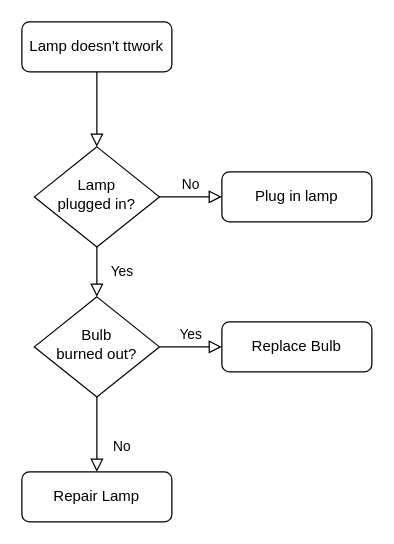
The draw.io diagram Untitled Diagram.drawio in mozhdeh-peykari/fly-today, before the edit. Source tidied: cells renumbered, new cells numbered last; positions are measured from the earlier drawing's top-left corner, leaving out a move shared by most shapes. Both pictures are drawn from the tidied source at 125%, with x=0, y=0 at pixel (21, 21).
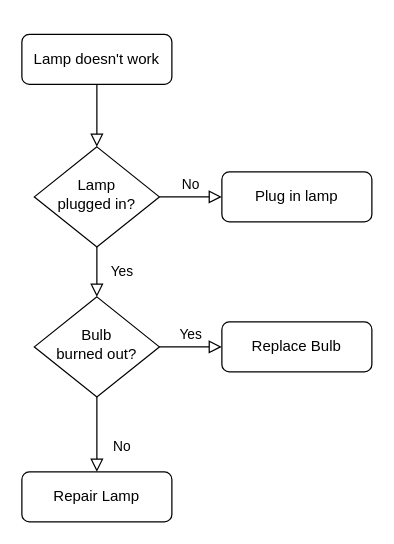
The same page after the edit.

Change to the diagram source:
```diff
@@
 <mxGraphModel>
   <root>
     <mxCell id="0" />
     <mxCell id="1" parent="0" />
     <mxCell id="2" style="rounded=0;html=1;jettySize=auto;fontSize=11;endArrow=block;endFill=0;endSize=8;strokeWidth=1;shadow=0;labelBackgroundColor=none;edgeStyle=orthogonalEdgeStyle;" parent="1" edge="1" source="3" target="6">
       <mxGeometry relative="1" as="geometry" />
     </mxCell>
-    <mxCell id="3" value="Lamp doesn't ttwork" style="rounded=1;whiteSpace=wrap;html=1;fontSize=12;glass=0;strokeWidth=1;shadow=0;" parent="1" vertex="1">
-      <mxGeometry width="120" height="40" as="geometry" />
+    <mxCell id="3" value="Lamp doesn't work" style="rounded=1;whiteSpace=wrap;html=1;fontSize=12;glass=0;strokeWidth=1;shadow=0;" parent="1" vertex="1">
+      <mxGeometry y="10" width="120" height="40" as="geometry" />
     </mxCell>
     <mxCell id="4" value="Yes" style="rounded=0;html=1;jettySize=auto;fontSize=11;endArrow=block;endFill=0;endSize=8;strokeWidth=1;shadow=0;labelBackgroundColor=none;edgeStyle=orthogonalEdgeStyle;" parent="1" edge="1" source="6" target="10">
       <mxGeometry y="20" relative="1" as="geometry" />
     </mxCell>
     <mxCell id="5" value="No" style="edgeStyle=orthogonalEdgeStyle;rounded=0;html=1;jettySize=auto;fontSize=11;endArrow=block;endFill=0;endSize=8;strokeWidth=1;shadow=0;labelBackgroundColor=none;" parent="1" edge="1" source="6" target="7">
       <mxGeometry y="10" relative="1" as="geometry" />
     </mxCell>
     <mxCell id="6" value="Lamp&lt;br&gt;plugged in?" style="rhombus;whiteSpace=wrap;html=1;shadow=0;fontFamily=Helvetica;fontSize=12;align=center;strokeWidth=1;spacing=6;spacingTop=-4;" parent="1" vertex="1">
       <mxGeometry x="10" y="100" width="100" height="80" as="geometry" />
     </mxCell>
     <mxCell id="7" value="Plug in lamp" style="rounded=1;whiteSpace=wrap;html=1;fontSize=12;glass=0;strokeWidth=1;shadow=0;" parent="1" vertex="1">
       <mxGeometry x="160" y="120" width="120" height="40" as="geometry" />
     </mxCell>
     <mxCell id="8" value="No" style="rounded=0;html=1;jettySize=auto;fontSize=11;endArrow=block;endFill=0;endSize=8;strokeWidth=1;shadow=0;labelBackgroundColor=none;edgeStyle=orthogonalEdgeStyle;" parent="1" edge="1" source="10" target="11">
       <mxGeometry x="0.33" y="20" relative="1" as="geometry" />
     </mxCell>
     <mxCell id="9" value="Yes" style="edgeStyle=orthogonalEdgeStyle;rounded=0;html=1;jettySize=auto;fontSize=11;endArrow=block;endFill=0;endSize=8;strokeWidth=1;shadow=0;labelBackgroundColor=none;" parent="1" edge="1" source="10" target="12">
       <mxGeometry y="10" relative="1" as="geometry" />
     </mxCell>
     <mxCell id="10" value="Bulb&lt;br&gt;burned out?" style="rhombus;whiteSpace=wrap;html=1;shadow=0;fontFamily=Helvetica;fontSize=12;align=center;strokeWidth=1;spacing=6;spacingTop=-4;" parent="1" vertex="1">
       <mxGeometry x="10" y="220" width="100" height="80" as="geometry" />
     </mxCell>
     <mxCell id="11" value="Repair Lamp" style="rounded=1;whiteSpace=wrap;html=1;fontSize=12;glass=0;strokeWidth=1;shadow=0;" parent="1" vertex="1">
       <mxGeometry y="360" width="120" height="40" as="geometry" />
     </mxCell>
     <mxCell id="12" value="Replace Bulb" style="rounded=1;whiteSpace=wrap;html=1;fontSize=12;glass=0;strokeWidth=1;shadow=0;" parent="1" vertex="1">
       <mxGeometry x="160" y="240" width="120" height="40" as="geometry" />
     </mxCell>
   </root>
 </mxGraphModel>
```
